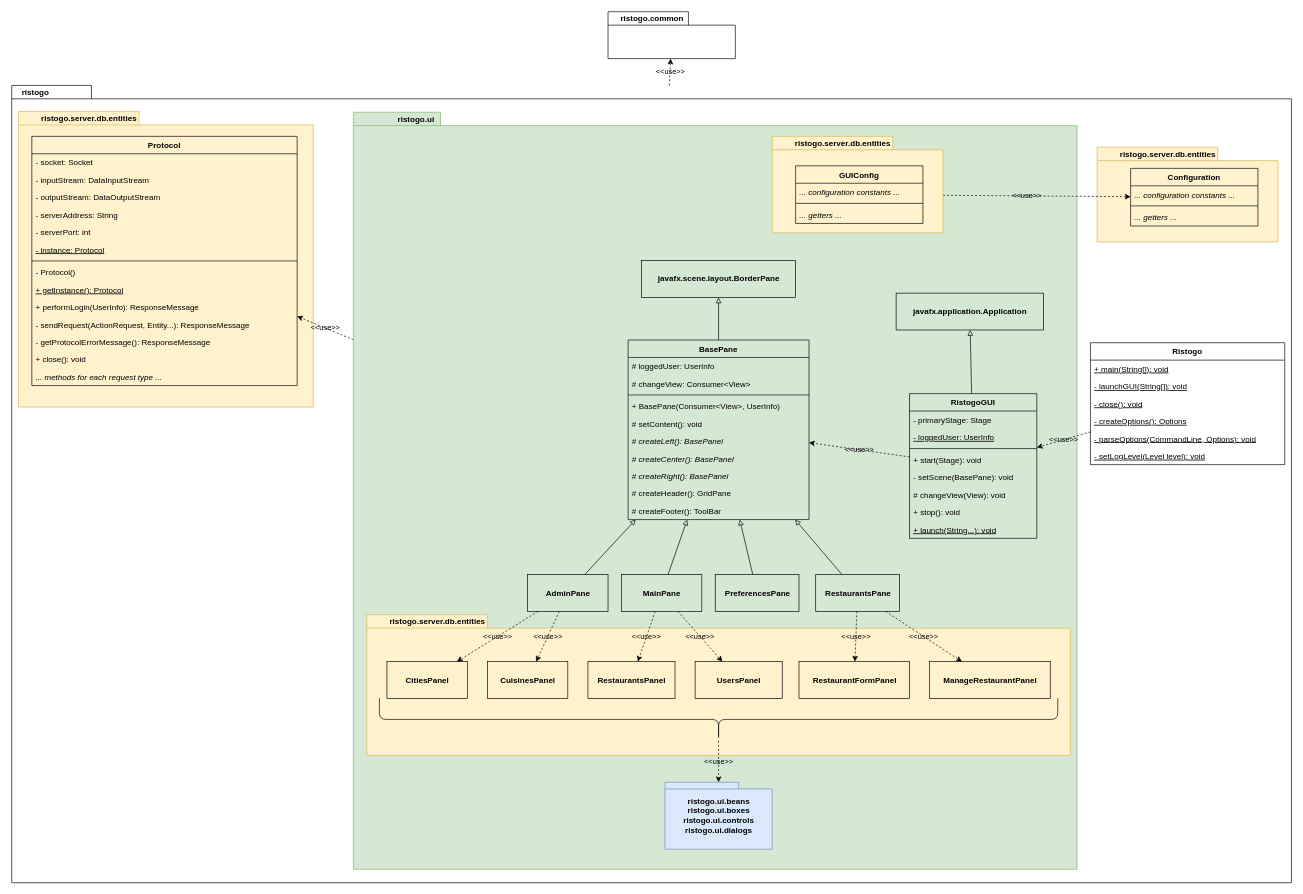
spampas/restaurant_recommendation_graphdb keeps this draw.io diagram as page "Client" (3 of 3) of diagrams/project.drawio. Above is the earlier version. Source tidied: cells renumbered, new cells numbered last; positions are measured from the earlier drawing's top-left corner, leaving out a move shared by most shapes. Both pictures are drawn from the tidied source at 67%, with x=0, y=0 at pixel (11, 11).
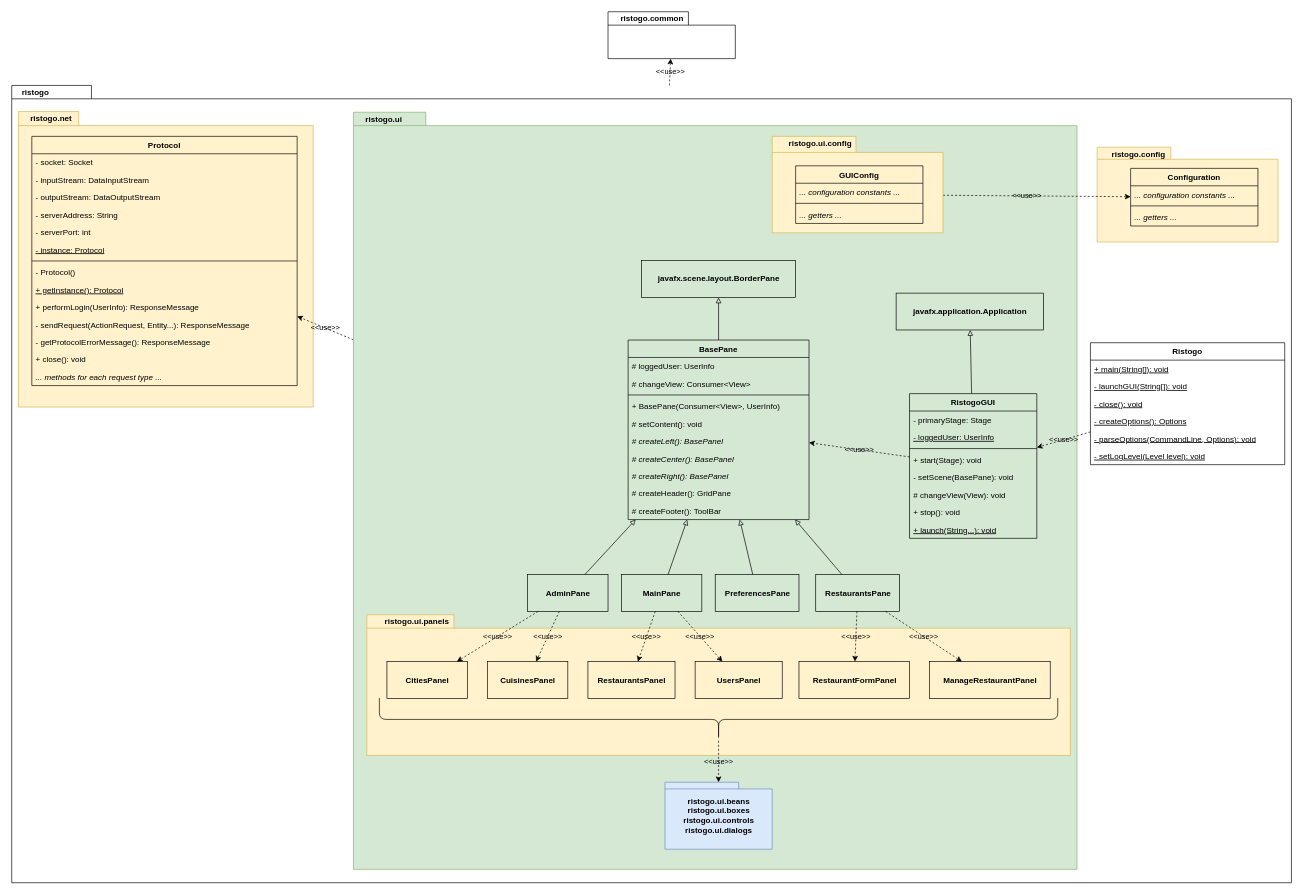
The same page after the edit.

Commit message:
Client package names

What changed in the source:
```diff
@@
-    <mxCell id="3" value="ristogo" style="shape=folder;fontStyle=1;spacingTop=10;tabWidth=110;tabHeight=20;tabPosition=left;html=1;verticalAlign=bottom;labelPosition=left;verticalLabelPosition=top;align=right;spacing=-18;spacingLeft=0;spacingRight=-37;" parent="1" vertex="1">
+    <mxCell id="3" value="ristogo" style="shape=folder;fontStyle=1;spacingTop=10;tabWidth=70;tabHeight=20;tabPosition=left;html=1;verticalAlign=bottom;labelPosition=left;verticalLabelPosition=top;align=right;spacing=-18;spacingLeft=0;spacingRight=-37;" parent="1" vertex="1">
       <mxGeometry y="110" width="1910" height="1190" as="geometry" />
     </mxCell>
-    <mxCell id="4" value="ristogo.server.db.entities" style="shape=folder;fontStyle=1;spacingTop=10;tabWidth=180;tabHeight=20;tabPosition=left;html=1;verticalAlign=bottom;labelPosition=left;verticalLabelPosition=top;align=right;spacing=-18;spacingLeft=0;spacingRight=-158;fillColor=#fff2cc;strokeColor=#d6b656;" parent="1" vertex="1">
+    <mxCell id="4" value="ristogo.net" style="shape=folder;fontStyle=1;spacingTop=10;tabWidth=90;tabHeight=21;tabPosition=left;html=1;verticalAlign=bottom;labelPosition=left;verticalLabelPosition=top;align=right;spacing=-18;spacingLeft=0;spacingRight=-61;fillColor=#fff2cc;strokeColor=#d6b656;" parent="1" vertex="1">
       <mxGeometry x="10" y="149" width="440" height="441" as="geometry" />
     </mxCell>
-    <mxCell id="5" value="ristogo.server.db.entities" style="shape=folder;fontStyle=1;spacingTop=10;tabWidth=180;tabHeight=20;tabPosition=left;html=1;verticalAlign=bottom;labelPosition=left;verticalLabelPosition=top;align=right;spacing=-18;spacingLeft=0;spacingRight=-158;fillColor=#fff2cc;strokeColor=#d6b656;" parent="1" vertex="1">
+    <mxCell id="5" value="ristogo.config" style="shape=folder;fontStyle=1;spacingTop=10;tabWidth=110;tabHeight=18;tabPosition=left;html=1;verticalAlign=bottom;labelPosition=left;verticalLabelPosition=top;align=right;spacing=-18;spacingLeft=0;spacingRight=-83;fillColor=#fff2cc;strokeColor=#d6b656;" parent="1" vertex="1">
       <mxGeometry x="1620" y="202.2" width="270" height="141.5" as="geometry" />
     </mxCell>
@@
-    <mxCell id="7" value="ristogo.ui" style="shape=folder;fontStyle=1;spacingTop=10;tabWidth=130;tabHeight=20;tabPosition=left;html=1;verticalAlign=bottom;labelPosition=left;verticalLabelPosition=top;align=right;spacing=-18;spacingLeft=0;spacingRight=-102;fillColor=#d5e8d4;strokeColor=#82b366;" parent="1" vertex="1">
+    <mxCell id="7" value="ristogo.ui" style="shape=folder;fontStyle=1;spacingTop=10;tabWidth=80;tabHeight=20;tabPosition=left;html=1;verticalAlign=bottom;labelPosition=left;verticalLabelPosition=top;align=right;spacing=-18;spacingLeft=0;spacingRight=-54;fillColor=#d5e8d4;strokeColor=#82b366;" parent="1" vertex="1">
       <mxGeometry x="510" y="150" width="1080" height="1130" as="geometry" />
     </mxCell>
-    <mxCell id="8" value="ristogo.server.db.entities" style="shape=folder;fontStyle=1;spacingTop=10;tabWidth=180;tabHeight=20;tabPosition=left;html=1;verticalAlign=bottom;labelPosition=left;verticalLabelPosition=top;align=right;spacing=-18;spacingLeft=0;spacingRight=-158;fillColor=#fff2cc;strokeColor=#d6b656;" parent="1" vertex="1">
+    <mxCell id="8" value="ristogo.ui.panels" style="shape=folder;fontStyle=1;spacingTop=10;tabWidth=130;tabHeight=20;tabPosition=left;html=1;verticalAlign=bottom;labelPosition=left;verticalLabelPosition=top;align=right;spacing=-18;spacingLeft=0;spacingRight=-104;fillColor=#fff2cc;strokeColor=#d6b656;" parent="1" vertex="1">
       <mxGeometry x="530" y="900" width="1050" height="210" as="geometry" />
     </mxCell>
@@
-    <mxCell id="40" value="ristogo.server.db.entities" style="shape=folder;fontStyle=1;spacingTop=10;tabWidth=180;tabHeight=20;tabPosition=left;html=1;verticalAlign=bottom;labelPosition=left;verticalLabelPosition=top;align=right;spacing=-18;spacingLeft=0;spacingRight=-158;fillColor=#fff2cc;strokeColor=#d6b656;" parent="1" vertex="1">
+    <mxCell id="40" value="ristogo.ui.config" style="shape=folder;fontStyle=1;spacingTop=10;tabWidth=125;tabHeight=24;tabPosition=left;html=1;verticalAlign=bottom;labelPosition=left;verticalLabelPosition=top;align=right;spacing=-18;spacingLeft=0;spacingRight=-100;fillColor=#fff2cc;strokeColor=#d6b656;" parent="1" vertex="1">
       <mxGeometry x="1135" y="186" width="255" height="144" as="geometry" />
     </mxCell>
```
